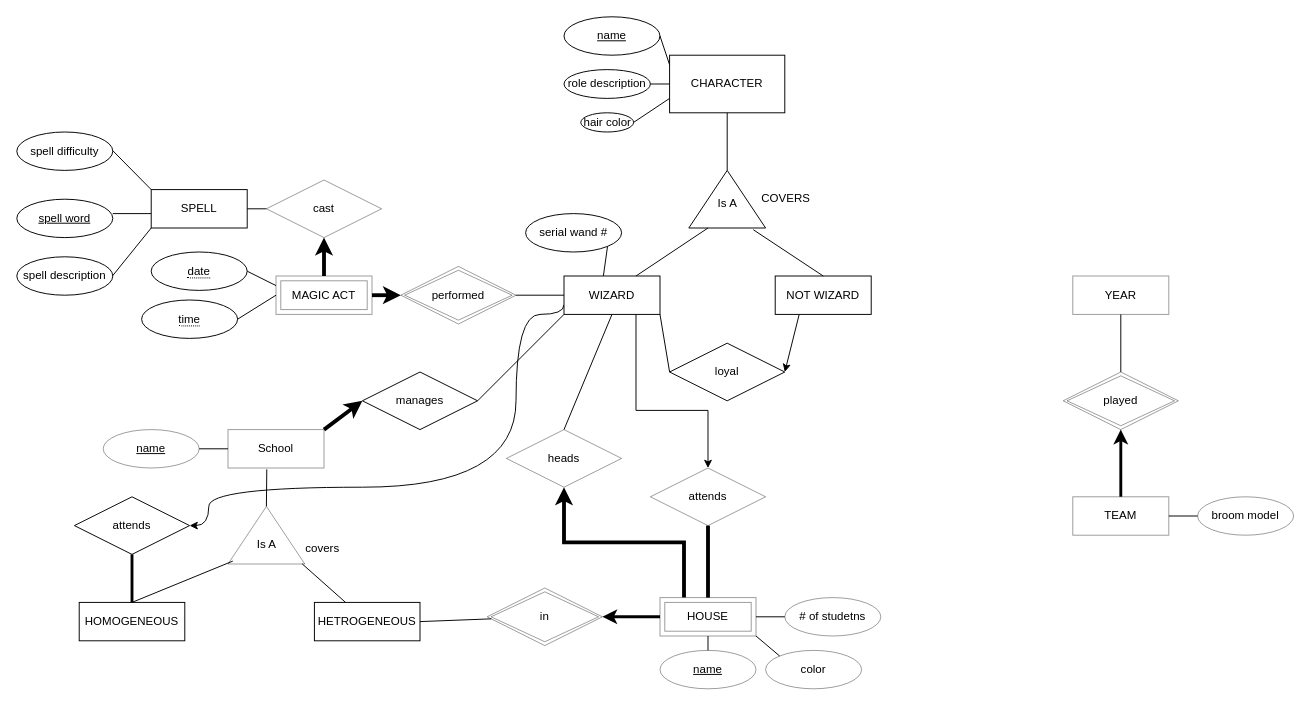
dparnas/databaseproject2020 keeps this draw.io diagram as Untitled Diagram.drawio. Above is the earlier version. Source tidied: cells renumbered, new cells numbered last; positions are measured from the earlier drawing's top-left corner, leaving out a move shared by most shapes. Both pictures are drawn from the tidied source at 96%, with x=0, y=0 at pixel (16, 16).
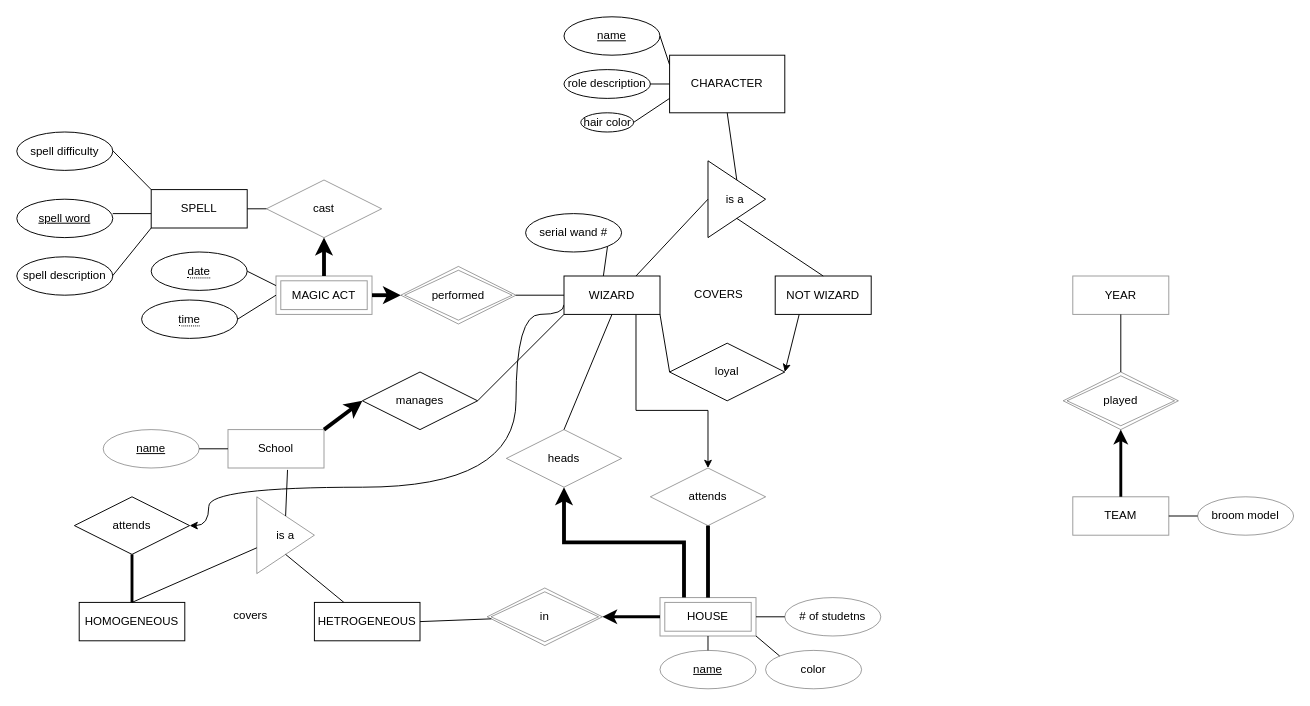
The same diagram, later.

Commit message:
stupid diagram

Unchanged cells that the change refers to:
```xml
<mxCell id="10" value="WIZARD" style="whiteSpace=wrap;html=1;align=center;" parent="1" vertex="1">
  <mxGeometry x="570" y="270" width="100" height="40" as="geometry" />
</mxCell>
<mxCell id="12" value="NOT WIZARD" style="whiteSpace=wrap;html=1;align=center;" parent="1" vertex="1">
  <mxGeometry x="790" y="270" width="100" height="40" as="geometry" />
</mxCell>
<mxCell id="44" value="School" style="whiteSpace=wrap;html=1;align=center;rounded=0;sketch=0;gradientColor=none;opacity=40;" parent="1" vertex="1">
  <mxGeometry x="220" y="430" width="100" height="40" as="geometry" />
</mxCell>
<mxCell id="52" value="HETROGENEOUS" style="whiteSpace=wrap;html=1;align=center;" parent="1" vertex="1">
  <mxGeometry x="310" y="610" width="110" height="40" as="geometry" />
</mxCell>
<mxCell id="53" value="HOMOGENEOUS" style="whiteSpace=wrap;html=1;align=center;" parent="1" vertex="1">
  <mxGeometry x="65" y="610" width="110" height="40" as="geometry" />
</mxCell>
```

Diff of the diagram source:
```diff
@@
-    <mxCell id="7" style="triangle;whiteSpace=wrap;html=1;rotation=-90;" parent="1" vertex="1">
-      <mxGeometry x="710" y="150" width="60" height="80" as="geometry" />
+    <mxCell id="7" value="is a&amp;nbsp;" style="triangle;whiteSpace=wrap;html=1;" parent="1" vertex="1">
+      <mxGeometry x="720" y="150" width="60" height="80" as="geometry" />
     </mxCell>
@@
     <mxCell id="13" value="COVERS" style="text;strokeColor=none;fillColor=none;spacingLeft=4;spacingRight=4;overflow=hidden;fontSize=12;" parent="1" vertex="1">
-      <mxGeometry x="770" y="175" width="60" height="30" as="geometry" />
+      <mxGeometry x="700" y="275" width="60" height="30" as="geometry" />
     </mxCell>
@@
-    <mxCell id="27" style="endArrow=none;html=1;rounded=0;strokeColor=#000000;entryX=0.5;entryY=0;entryDx=0;entryDy=0;exitX=-0.03;exitY=0.84;exitDx=0;exitDy=0;exitPerimeter=0;" parent="1" edge="1" source="7" target="12">
-      <mxGeometry relative="1" as="geometry" />
+    <mxCell id="27" style="endArrow=none;html=1;rounded=0;strokeColor=#000000;entryX=0.5;entryY=0;entryDx=0;entryDy=0;" parent="1" edge="1" target="12">
+      <mxGeometry relative="1" as="geometry">
+        <mxPoint x="750" y="210" as="sourcePoint" />
+      </mxGeometry>
     </mxCell>
-    <mxCell id="28" style="endArrow=none;html=1;rounded=0;strokeColor=#000000;entryX=0;entryY=0.25;entryDx=0;entryDy=0;exitX=0.75;exitY=0;exitDx=0;exitDy=0;" parent="1" edge="1" source="10" target="7">
+    <mxCell id="28" style="endArrow=none;html=1;rounded=0;strokeColor=#000000;entryX=0;entryY=0.5;entryDx=0;entryDy=0;exitX=0.75;exitY=0;exitDx=0;exitDy=0;" parent="1" edge="1" source="10" target="7">
       <mxGeometry relative="1" as="geometry" />
     </mxCell>
-    <mxCell id="29" style="endArrow=none;html=1;rounded=0;strokeColor=#000000;entryX=1;entryY=0.5;entryDx=0;entryDy=0;" parent="1" edge="1" target="7">
+    <mxCell id="29" style="endArrow=none;html=1;rounded=0;strokeColor=#000000;entryX=0.5;entryY=0;entryDx=0;entryDy=0;" parent="1" edge="1" target="7">
       <mxGeometry relative="1" as="geometry">
         <mxPoint x="740" y="100" as="sourcePoint" />
       </mxGeometry>
     </mxCell>
@@
-    <mxCell id="49" style="triangle;whiteSpace=wrap;html=1;rounded=0;sketch=0;gradientColor=none;opacity=40;rotation=-90;" parent="1" vertex="1">
-      <mxGeometry x="230" y="500" width="60" height="80" as="geometry" />
+    <mxCell id="49" value="is a" style="triangle;whiteSpace=wrap;html=1;rounded=0;sketch=0;gradientColor=none;opacity=40;" parent="1" vertex="1">
+      <mxGeometry x="250" y="500" width="60" height="80" as="geometry" />
     </mxCell>
-    <mxCell id="50" style="endArrow=none;html=1;rounded=0;strokeColor=#000000;strokeWidth=1;entryX=1;entryY=0.5;entryDx=0;entryDy=0;exitX=0.404;exitY=1.035;exitDx=0;exitDy=0;exitPerimeter=0;" parent="1" edge="1" source="44" target="49">
+    <mxCell id="50" style="endArrow=none;html=1;rounded=0;strokeColor=#000000;strokeWidth=1;entryX=0.5;entryY=0;entryDx=0;entryDy=0;exitX=0.62;exitY=1.05;exitDx=0;exitDy=0;exitPerimeter=0;" parent="1" edge="1" source="44" target="49">
       <mxGeometry relative="1" as="geometry" />
     </mxCell>
-    <mxCell id="51" style="endArrow=none;html=1;rounded=0;strokeColor=#000000;strokeWidth=1;exitX=0.003;exitY=0.965;exitDx=0;exitDy=0;exitPerimeter=0;" parent="1" edge="1" source="49" target="52">
+    <mxCell id="51" style="endArrow=none;html=1;rounded=0;strokeColor=#000000;strokeWidth=1;exitX=0.5;exitY=1;exitDx=0;exitDy=0;" parent="1" edge="1" source="49" target="52">
       <mxGeometry relative="1" as="geometry" />
     </mxCell>
@@
-    <mxCell id="54" style="endArrow=none;html=1;rounded=0;strokeColor=#000000;strokeWidth=1;entryX=0.5;entryY=0;entryDx=0;entryDy=0;" parent="1" edge="1" target="53">
-      <mxGeometry relative="1" as="geometry">
-        <mxPoint x="225" y="567" as="sourcePoint" />
-      </mxGeometry>
+    <mxCell id="54" style="endArrow=none;html=1;rounded=0;strokeColor=#000000;strokeWidth=1;entryX=0.5;entryY=0;entryDx=0;entryDy=0;" parent="1" edge="1" source="49" target="53">
+      <mxGeometry relative="1" as="geometry" />
     </mxCell>
@@
     <mxCell id="58" value="covers" style="text;strokeColor=none;fillColor=none;spacingLeft=4;spacingRight=4;overflow=hidden;fontSize=12;rounded=0;sketch=0;opacity=40;" parent="1" vertex="1">
-      <mxGeometry x="295" y="540" width="50" height="30" as="geometry" />
+      <mxGeometry x="220" y="610" width="50" height="30" as="geometry" />
     </mxCell>
@@
-    <mxCell id="80" value="Is A" style="text;html=1;align=center;verticalAlign=middle;fillColor=none;strokeColor=none;rounded=0;" parent="1" vertex="1">
-      <mxGeometry x="720" y="185" width="40" height="20" as="geometry" />
-    </mxCell>
-    <mxCell id="81" value="Is A" style="text;html=1;align=center;verticalAlign=middle;fillColor=none;strokeColor=none;rounded=0;" parent="1" vertex="1">
-      <mxGeometry x="240" y="540" width="40" height="20" as="geometry" />
-    </mxCell>
```
